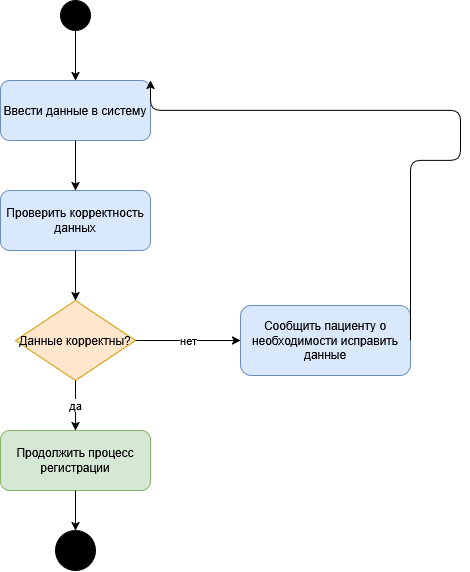
Before: lab1/diagrams/activity-uml.png, a diagram exported from draw.io (gvwlwia/visual-programming-labs-Gavrilik). Source tidied: cells renumbered, new cells last; positions are measured from the earlier drawing's top-left corner, leaving out a move shared by most shapes. Its diagram source:
```xml
<mxGraphModel>
  <root>
    <mxCell id="0" />
    <mxCell id="1" parent="0" />
    <mxCell id="2" style="ellipse;whiteSpace=wrap;html=1;fillColor=#000000;strokeColor=#000000;" parent="1" vertex="1">
      <mxGeometry x="60" width="30" height="30" as="geometry" />
    </mxCell>
    <mxCell id="3" value="Ввести данные в систему" style="rounded=1;whiteSpace=wrap;html=1;fillColor=#dae8fc;strokeColor=#6c8ebf;" parent="1" vertex="1">
      <mxGeometry y="80" width="150" height="60" as="geometry" />
    </mxCell>
    <mxCell id="4" value="Проверить корректность данных" style="rounded=1;whiteSpace=wrap;html=1;fillColor=#dae8fc;strokeColor=#6c8ebf;" parent="1" vertex="1">
      <mxGeometry y="190" width="150" height="60" as="geometry" />
    </mxCell>
    <mxCell id="5" value="Данные корректны?" style="rhombus;whiteSpace=wrap;html=1;fillColor=#ffe6cc;strokeColor=#d79b00;" parent="1" vertex="1">
      <mxGeometry x="15" y="300" width="120" height="80" as="geometry" />
    </mxCell>
    <mxCell id="6" value="Сообщить пациенту о необходимости исправить данные" style="rounded=1;whiteSpace=wrap;html=1;fillColor=#dae8fc;strokeColor=#6c8ebf;" parent="1" vertex="1">
      <mxGeometry x="240" y="305" width="170" height="70" as="geometry" />
    </mxCell>
    <mxCell id="7" value="Продолжить процесс регистрации" style="rounded=1;whiteSpace=wrap;html=1;fillColor=#d5e8d4;strokeColor=#82b366;" parent="1" vertex="1">
      <mxGeometry y="430" width="150" height="60" as="geometry" />
    </mxCell>
    <mxCell id="8" style="ellipse;whiteSpace=wrap;html=1;fillColor=#000000;strokeColor=#000000;shape=doubleEllipse;" parent="1" vertex="1">
      <mxGeometry x="55" y="530" width="40" height="40" as="geometry" />
    </mxCell>
    <mxCell id="9" style="edgeStyle=orthogonalEdgeStyle;html=1;" parent="1" edge="1" source="2" target="3">
      <mxGeometry relative="1" as="geometry" />
    </mxCell>
    <mxCell id="10" style="edgeStyle=orthogonalEdgeStyle;html=1;" parent="1" edge="1" source="3" target="4">
      <mxGeometry relative="1" as="geometry" />
    </mxCell>
    <mxCell id="11" style="edgeStyle=orthogonalEdgeStyle;html=1;" parent="1" edge="1" source="4" target="5">
      <mxGeometry relative="1" as="geometry" />
    </mxCell>
    <mxCell id="12" value="нет" style="edgeStyle=orthogonalEdgeStyle;html=1;" parent="1" edge="1" source="5" target="6">
      <mxGeometry relative="1" as="geometry" />
    </mxCell>
    <mxCell id="13" style="edgeStyle=orthogonalEdgeStyle;html=1;exitX=1;exitY=0.5;entryX=1;entryY=0;" parent="1" edge="1" source="6" target="3">
      <mxGeometry relative="1" as="geometry">
        <Array as="points">
          <mxPoint x="460" y="160" />
          <mxPoint x="170" y="110" />
        </Array>
      </mxGeometry>
    </mxCell>
    <mxCell id="14" value="да" style="edgeStyle=orthogonalEdgeStyle;html=1;" parent="1" edge="1" source="5" target="7">
      <mxGeometry relative="1" as="geometry" />
    </mxCell>
    <mxCell id="15" style="edgeStyle=orthogonalEdgeStyle;html=1;" parent="1" edge="1" source="7" target="8">
      <mxGeometry relative="1" as="geometry" />
    </mxCell>
  </root>
</mxGraphModel>
```
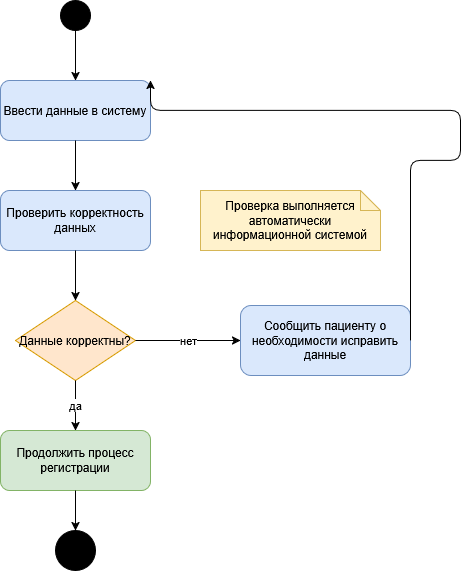
The same file after the commit.

Commit message:
Update Activity and Mermaid diagrams

What changed in the source:
```diff
@@ -49,5 +49,8 @@
     <mxCell id="15" style="edgeStyle=orthogonalEdgeStyle;html=1;" parent="1" edge="1" source="7" target="8">
       <mxGeometry relative="1" as="geometry" />
     </mxCell>
+    <mxCell id="16" value="Проверка выполняется автоматически информационной системой" style="shape=note;whiteSpace=wrap;html=1;fillColor=#fff2cc;strokeColor=#d6b656;size=20;" parent="1" vertex="1">
+      <mxGeometry x="200" y="190" width="180" height="60" as="geometry" />
+    </mxCell>
   </root>
 </mxGraphModel>
```
